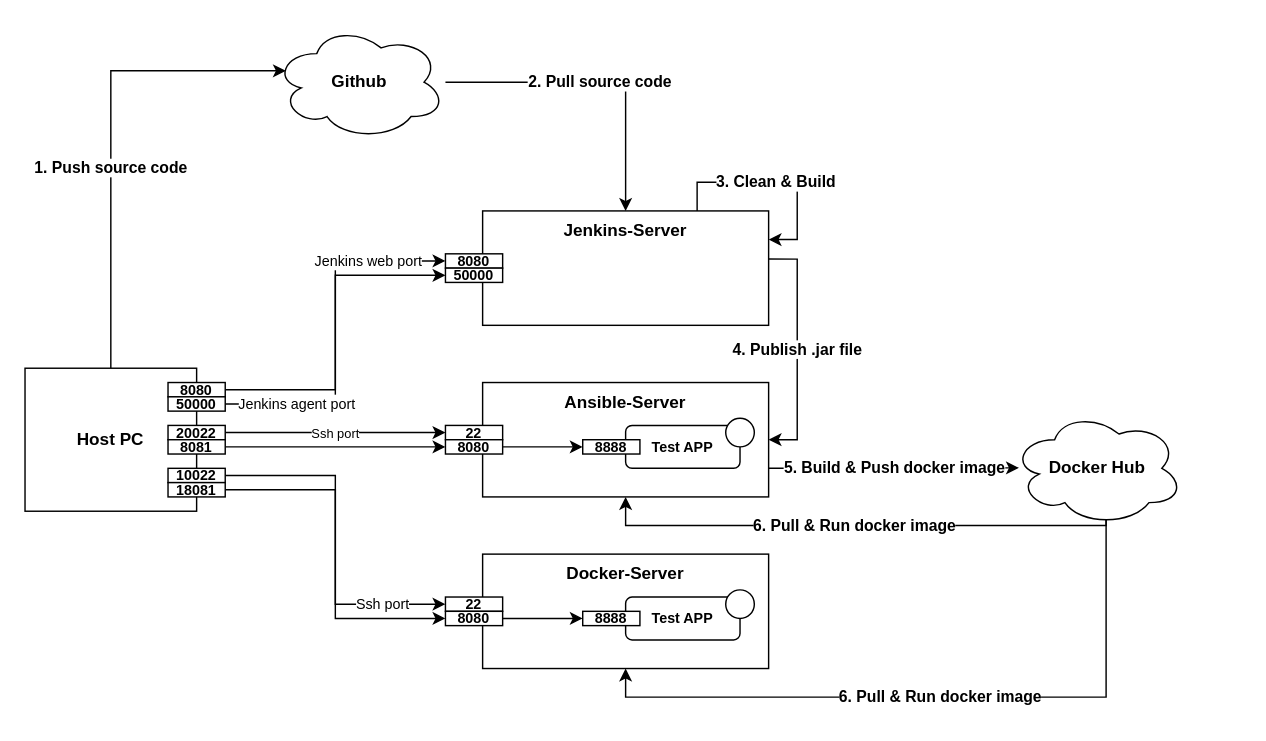
byungsooKim0711/a-to-z keeps this draw.io diagram as ci-cd/jenkins/cicd.drawio. Above is the earlier version. Source tidied: cells renumbered, new cells numbered last; positions are measured from the earlier drawing's top-left corner, leaving out a move shared by most shapes. Both pictures are drawn from the tidied source at 143%, with x=0, y=0 at pixel (24, 24).
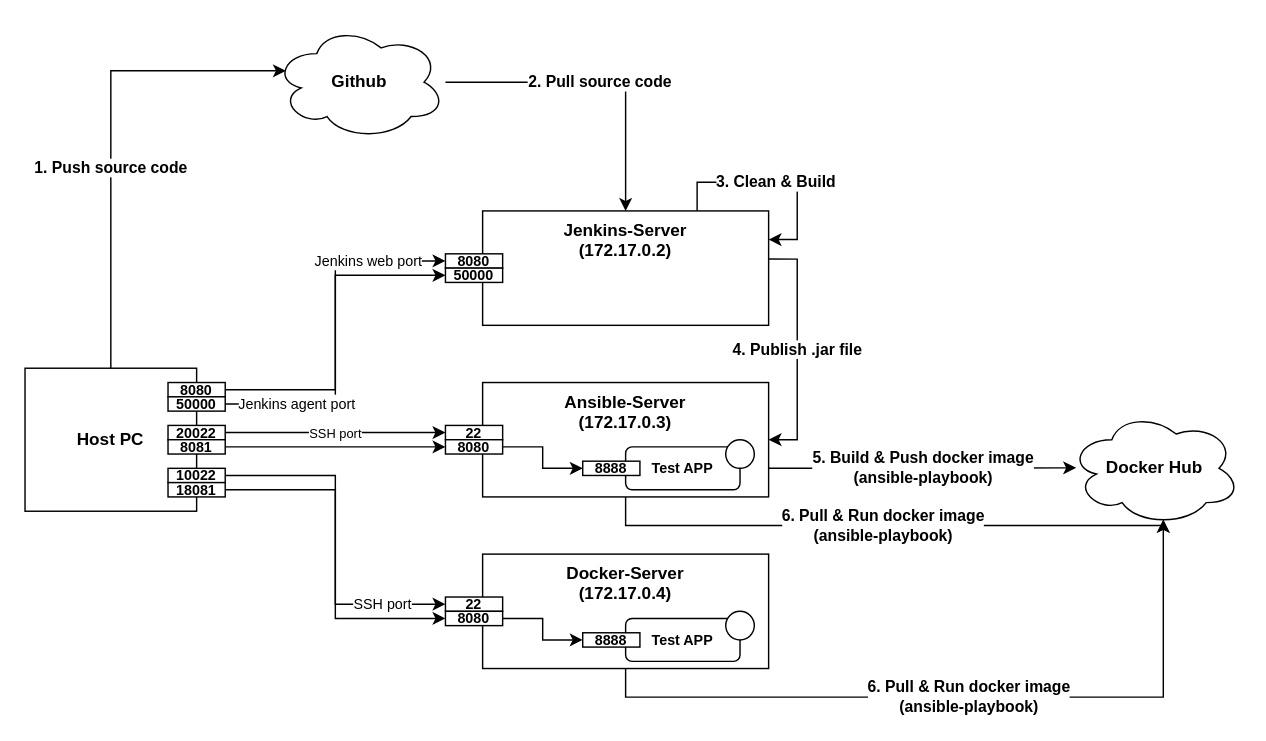
After the change.

Commit message:
구성도 업데이트

Unchanged cells that the change refers to:
```xml
<mxCell id="16" value="20022" style="rounded=0;whiteSpace=wrap;html=1;fontStyle=1;align=center;fontSize=10;" parent="1" vertex="1">
  <mxGeometry x="100" y="280" width="40" height="10" as="geometry" />
</mxCell>
<mxCell id="20" value="10022" style="rounded=0;whiteSpace=wrap;html=1;fontStyle=1;align=center;fontSize=10;" parent="1" vertex="1">
  <mxGeometry x="100" y="310" width="40" height="10" as="geometry" />
</mxCell>
<mxCell id="23" value="22" style="rounded=0;whiteSpace=wrap;html=1;fontStyle=1;align=center;fontSize=10;" parent="1" vertex="1">
  <mxGeometry x="294" y="280" width="40" height="10" as="geometry" />
</mxCell>
<mxCell id="24" value="22" style="rounded=0;whiteSpace=wrap;html=1;fontStyle=1;align=center;fontSize=10;" parent="1" vertex="1">
  <mxGeometry x="294" y="400" width="40" height="10" as="geometry" />
</mxCell>
```

Change to the diagram source:
```diff
@@
-    <mxCell id="3" value="&lt;b&gt;Jenkins-Server&lt;/b&gt;" style="rounded=0;whiteSpace=wrap;html=1;verticalAlign=top;" parent="1" vertex="1">
+    <mxCell id="3" value="&lt;b&gt;Jenkins-Server&lt;/b&gt;&lt;br&gt;&lt;b&gt;(172.17.0.2)&lt;/b&gt;" style="rounded=0;whiteSpace=wrap;html=1;verticalAlign=top;" parent="1" vertex="1">
       <mxGeometry x="320" y="130" width="200" height="80" as="geometry" />
     </mxCell>
-    <mxCell id="4" value="&lt;font style=&quot;font-size: 11px;&quot;&gt;5. Build &amp;amp; Push docker image&lt;/font&gt;" style="edgeStyle=orthogonalEdgeStyle;rounded=0;jettySize=auto;html=1;entryX=0.042;entryY=0.496;entryDx=0;entryDy=0;entryPerimeter=0;exitX=1;exitY=0.75;exitDx=0;exitDy=0;fontSize=11;fontStyle=1;" parent="1" edge="1" source="5" target="31">
+    <mxCell id="4" value="&lt;font style=&quot;font-size: 11px;&quot;&gt;5. Build &amp;amp; Push docker image&lt;br&gt;(ansible-playbook)&lt;br&gt;&lt;/font&gt;" style="edgeStyle=orthogonalEdgeStyle;rounded=0;jettySize=auto;html=1;entryX=0.042;entryY=0.496;entryDx=0;entryDy=0;entryPerimeter=0;exitX=1;exitY=0.75;exitDx=0;exitDy=0;fontSize=11;fontStyle=1;" parent="1" edge="1" source="5" target="31">
       <mxGeometry relative="1" as="geometry" />
     </mxCell>
-    <mxCell id="5" value="Ansible-Server" style="rounded=0;whiteSpace=wrap;html=1;fontStyle=1;align=center;verticalAlign=top;" parent="1" vertex="1">
+    <mxCell id="5" value="Ansible-Server&lt;br&gt;(&lt;b style=&quot;border-color: var(--border-color);&quot;&gt;172.17.0.3)&lt;/b&gt;" style="rounded=0;whiteSpace=wrap;html=1;fontStyle=1;align=center;verticalAlign=top;" parent="1" vertex="1">
       <mxGeometry x="320" y="250" width="200" height="80" as="geometry" />
     </mxCell>
-    <mxCell id="6" value="Docker-Server" style="rounded=0;whiteSpace=wrap;html=1;fontStyle=1;verticalAlign=top;" parent="1" vertex="1">
+    <mxCell id="6" value="Docker-Server&lt;br&gt;(&lt;b style=&quot;border-color: var(--border-color);&quot;&gt;172.17.0.4)&lt;/b&gt;" style="rounded=0;whiteSpace=wrap;html=1;fontStyle=1;verticalAlign=top;" parent="1" vertex="1">
       <mxGeometry x="320" y="370" width="200" height="80" as="geometry" />
     </mxCell>
@@
-    <mxCell id="15" value="&lt;font style=&quot;font-size: 9px;&quot;&gt;Ssh port&lt;/font&gt;" style="edgeStyle=orthogonalEdgeStyle;rounded=0;jettySize=auto;html=1;entryX=0;entryY=0.5;entryDx=0;entryDy=0;" parent="1" edge="1" source="16" target="23">
+    <mxCell id="15" value="&lt;font style=&quot;font-size: 9px;&quot;&gt;SSH port&lt;/font&gt;" style="edgeStyle=orthogonalEdgeStyle;rounded=0;jettySize=auto;html=1;entryX=0;entryY=0.5;entryDx=0;entryDy=0;" parent="1" edge="1" source="16" target="23">
       <mxGeometry relative="1" as="geometry" />
     </mxCell>
@@
-    <mxCell id="19" value="&lt;font style=&quot;font-size: 10px;&quot;&gt;Ssh port&lt;/font&gt;" style="edgeStyle=orthogonalEdgeStyle;rounded=0;jettySize=auto;html=1;entryX=0;entryY=0.5;entryDx=0;entryDy=0;" parent="1" edge="1" source="20" target="24">
+    <mxCell id="19" value="&lt;font style=&quot;font-size: 10px;&quot;&gt;SSH port&lt;/font&gt;" style="edgeStyle=orthogonalEdgeStyle;rounded=0;jettySize=auto;html=1;entryX=0;entryY=0.5;entryDx=0;entryDy=0;" parent="1" edge="1" source="20" target="24">
       <mxGeometry x="0.64" relative="1" as="geometry" />
     </mxCell>
@@
-    <mxCell id="29" value="6. Pull &amp;amp; Run docker image" style="edgeStyle=orthogonalEdgeStyle;rounded=0;jettySize=auto;html=1;entryX=0.5;entryY=1;entryDx=0;entryDy=0;exitX=0.55;exitY=0.95;exitDx=0;exitDy=0;exitPerimeter=0;fontSize=11;fontStyle=1;" parent="1" edge="1" source="31" target="5">
+    <mxCell id="29" value="6. Pull &amp;amp; Run docker image&lt;br&gt;(ansible-playbook)" style="edgeStyle=orthogonalEdgeStyle;rounded=0;jettySize=auto;html=1;entryX=0.5;entryY=1;entryDx=0;entryDy=0;exitX=0.55;exitY=0.95;exitDx=0;exitDy=0;exitPerimeter=0;fontSize=11;fontStyle=1;startArrow=classic;startFill=1;endArrow=none;endFill=0;" parent="1" edge="1" source="31" target="5">
       <mxGeometry relative="1" as="geometry">
         <Array as="points">
-          <mxPoint x="756" y="350" />
+          <mxPoint x="796" y="350" />
           <mxPoint x="420" y="350" />
         </Array>
       </mxGeometry>
     </mxCell>
-    <mxCell id="30" value="6. Pull &amp;amp; Run docker image" style="edgeStyle=orthogonalEdgeStyle;rounded=0;jettySize=auto;html=1;exitX=0.55;exitY=0.95;exitDx=0;exitDy=0;exitPerimeter=0;entryX=0.5;entryY=1;entryDx=0;entryDy=0;fontSize=11;fontStyle=1;" parent="1" edge="1" source="31" target="6">
+    <mxCell id="30" value="6. Pull &amp;amp; Run docker image&lt;br&gt;(ansible-playbook)" style="edgeStyle=orthogonalEdgeStyle;rounded=0;jettySize=auto;html=1;exitX=0.55;exitY=0.95;exitDx=0;exitDy=0;exitPerimeter=0;entryX=0.5;entryY=1;entryDx=0;entryDy=0;fontSize=11;fontStyle=1;endArrow=none;endFill=0;startArrow=classic;startFill=1;" parent="1" edge="1" source="31" target="6">
       <mxGeometry relative="1" as="geometry">
         <Array as="points">
-          <mxPoint x="756" y="470" />
+          <mxPoint x="796" y="470" />
           <mxPoint x="420" y="470" />
         </Array>
       </mxGeometry>
     </mxCell>
     <mxCell id="31" value="Docker Hub" style="ellipse;shape=cloud;whiteSpace=wrap;html=1;fontStyle=1;" parent="1" vertex="1">
-      <mxGeometry x="690" y="270" width="120" height="80" as="geometry" />
+      <mxGeometry x="730" y="270" width="120" height="80" as="geometry" />
     </mxCell>
     <mxCell id="32" value="Test APP" style="rounded=1;whiteSpace=wrap;html=1;fontStyle=1;fontSize=10;" parent="1" vertex="1">
-      <mxGeometry x="420" y="280" width="80" height="30" as="geometry" />
+      <mxGeometry x="420" y="295" width="80" height="30" as="geometry" />
     </mxCell>
     <mxCell id="33" value="8888" style="rounded=0;whiteSpace=wrap;html=1;fontStyle=1;align=center;fontSize=10;" parent="1" vertex="1">
-      <mxGeometry x="390" y="290" width="40" height="10" as="geometry" />
+      <mxGeometry x="390" y="305" width="40" height="10" as="geometry" />
     </mxCell>
     <mxCell id="34" value="Test APP" style="rounded=1;whiteSpace=wrap;html=1;fontStyle=1;fontSize=10;" parent="1" vertex="1">
-      <mxGeometry x="420" y="400" width="80" height="30" as="geometry" />
+      <mxGeometry x="420" y="415" width="80" height="30" as="geometry" />
     </mxCell>
     <mxCell id="35" value="8888" style="rounded=0;whiteSpace=wrap;html=1;fontStyle=1;align=center;fontSize=10;" parent="1" vertex="1">
-      <mxGeometry x="390" y="410" width="40" height="10" as="geometry" />
+      <mxGeometry x="390" y="425" width="40" height="10" as="geometry" />
     </mxCell>
@@
     <mxCell id="39" style="ellipse;whiteSpace=wrap;html=1;" parent="1" vertex="1">
-      <mxGeometry x="490" y="275" width="20" height="20" as="geometry" />
+      <mxGeometry x="490" y="290" width="20" height="20" as="geometry" />
     </mxCell>
     <mxCell id="40" style="ellipse;whiteSpace=wrap;html=1;" parent="1" vertex="1">
-      <mxGeometry x="490" y="395" width="20" height="20" as="geometry" />
+      <mxGeometry x="490" y="410" width="20" height="20" as="geometry" />
     </mxCell>
```
